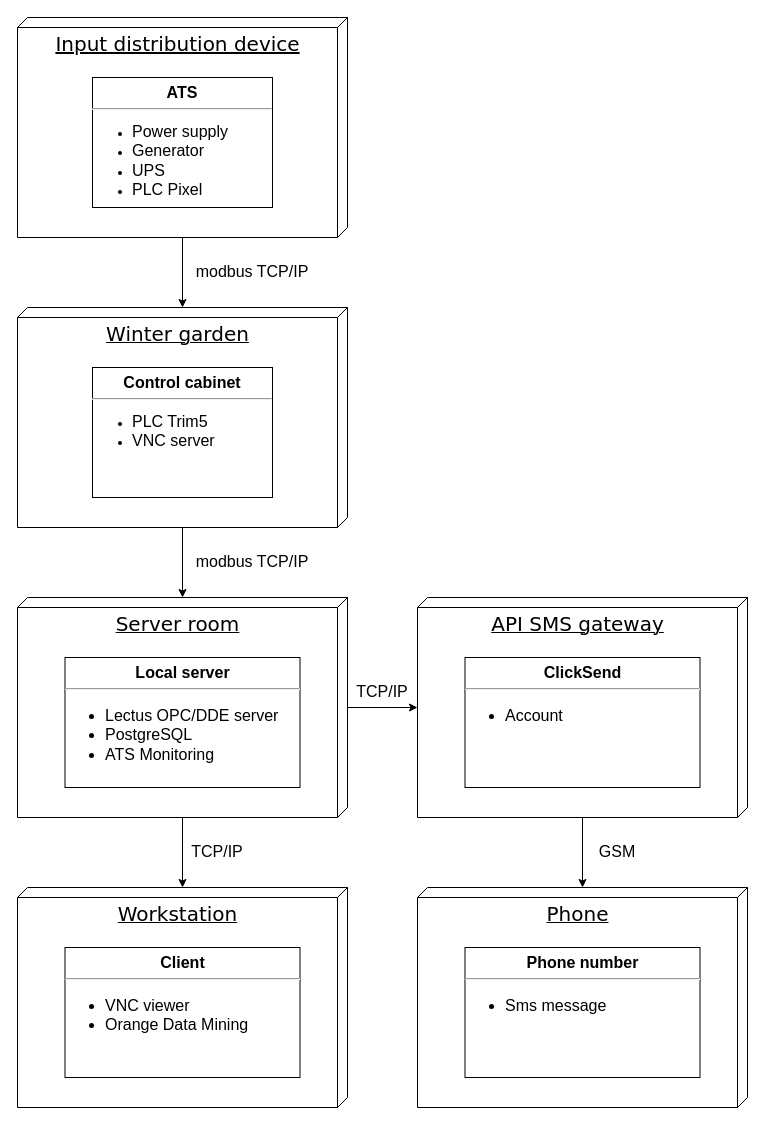
Earlier version of the draw.io diagram diagram ats-monitoring.drawio.xml (stepanov-denis/ats-monitoring). Source tidied: cells renumbered, new cells numbered last; positions are measured from the earlier drawing's top-left corner, leaving out a move shared by most shapes. Both pictures are drawn from the tidied source at 100%, with x=0, y=0 at pixel (17, 17).
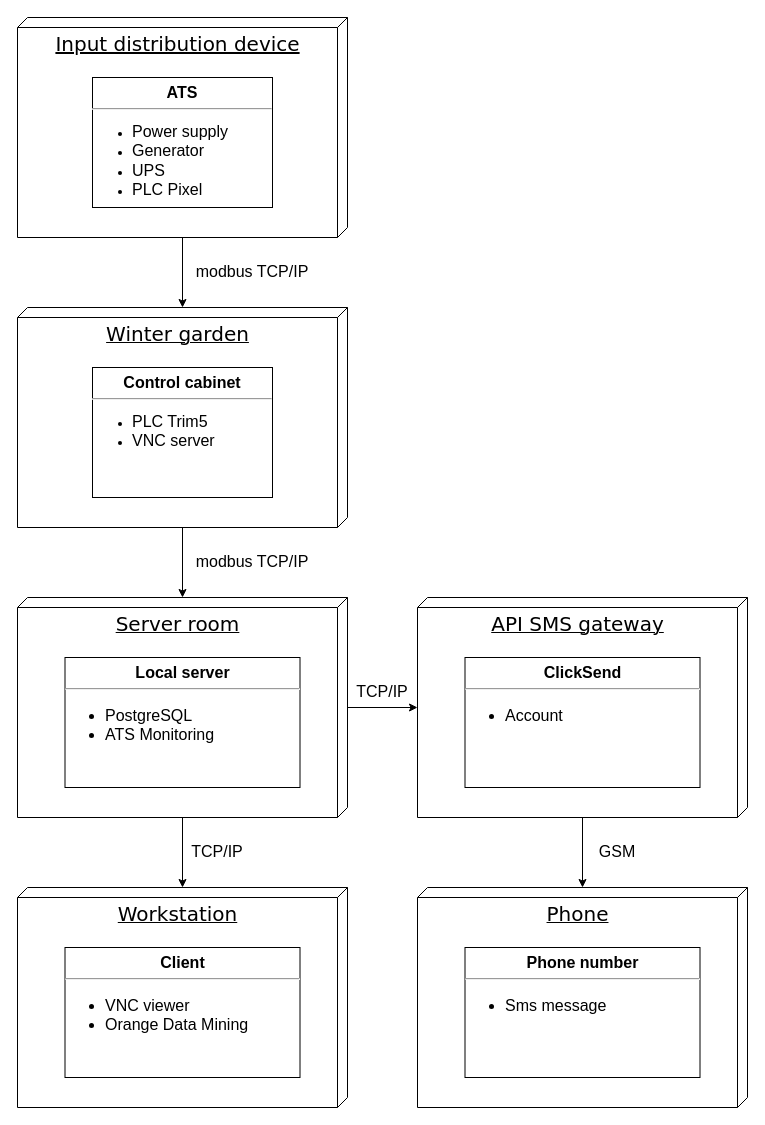
Above is the later version.

The edit, as a diff of the source:
```diff
@@
-    <mxCell id="12" value="&lt;p style=&quot;margin: 0px ; margin-top: 6px ; text-align: center&quot;&gt;&lt;b&gt;&lt;font size=&quot;1&quot;&gt;&lt;span style=&quot;font-size: 16px&quot;&gt;Local server&lt;br&gt;&lt;/span&gt;&lt;/font&gt;&lt;/b&gt;&lt;/p&gt;&lt;hr&gt;&lt;ul style=&quot;font-size: 16px&quot;&gt;&lt;li&gt;&lt;font style=&quot;font-size: 16px&quot;&gt;Lectus OPC/DDE server&lt;br&gt;&lt;/font&gt;&lt;/li&gt;&lt;li&gt;PostgreSQL&lt;br&gt;&lt;/li&gt;&lt;li&gt;ATS Monitoring&lt;br&gt;&lt;/li&gt;&lt;/ul&gt;" style="align=left;overflow=fill;html=1;" parent="1" vertex="1">
+    <mxCell id="12" value="&lt;p style=&quot;margin: 0px ; margin-top: 6px ; text-align: center&quot;&gt;&lt;b&gt;&lt;font size=&quot;1&quot;&gt;&lt;span style=&quot;font-size: 16px&quot;&gt;Local server&lt;br&gt;&lt;/span&gt;&lt;/font&gt;&lt;/b&gt;&lt;/p&gt;&lt;hr&gt;&lt;ul style=&quot;font-size: 16px&quot;&gt;&lt;li&gt;&lt;font style=&quot;font-size: 16px&quot;&gt;PostgreSQL&lt;br&gt;&lt;/font&gt;&lt;/li&gt;&lt;li&gt;ATS Monitoring&lt;br&gt;&lt;/li&gt;&lt;/ul&gt;" style="align=left;overflow=fill;html=1;" parent="1" vertex="1">
       <mxGeometry x="47.5" y="640" width="235" height="130" as="geometry" />
     </mxCell>
```
